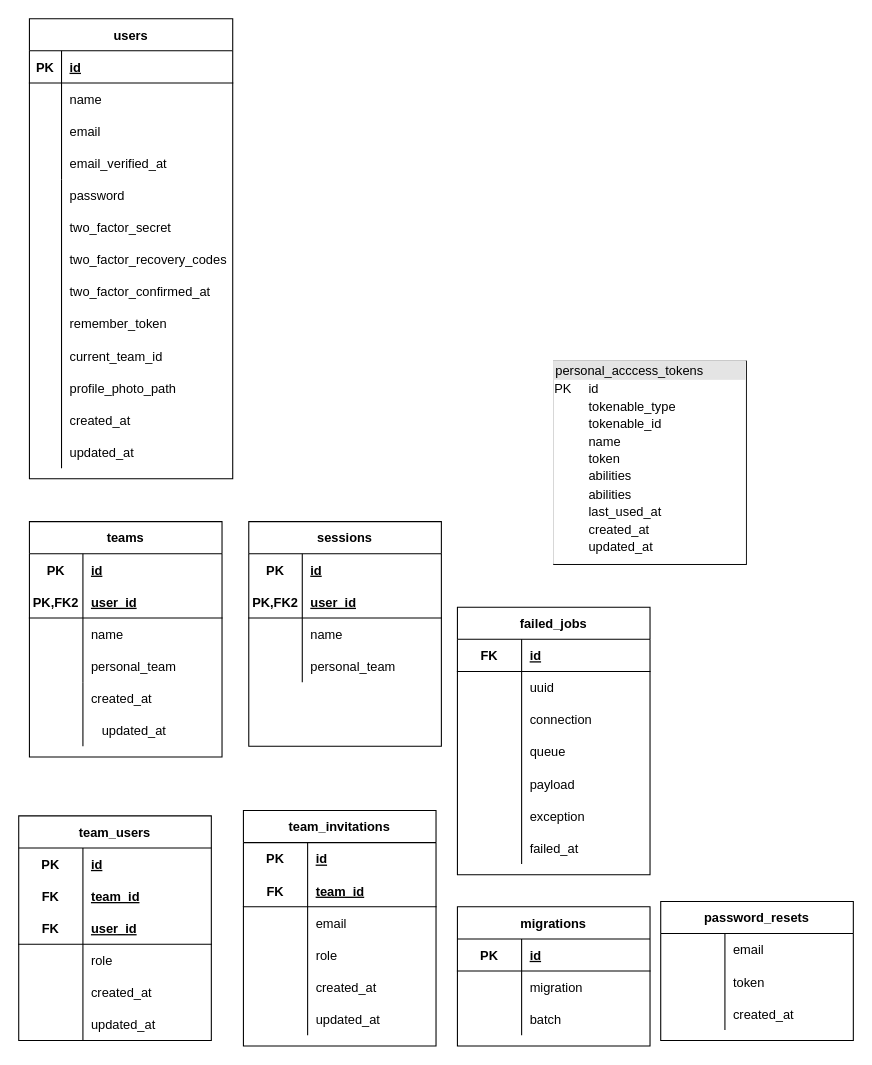
Above: BD_MEMLA.drawio in harlock/Diagramas (draw.io), before the change. Source tidied: cells renumbered, new cells numbered last; positions are measured from the earlier drawing's top-left corner, leaving out a move shared by most shapes. Both pictures are drawn from the tidied source at 107%, with x=0, y=0 at pixel (18, 18).
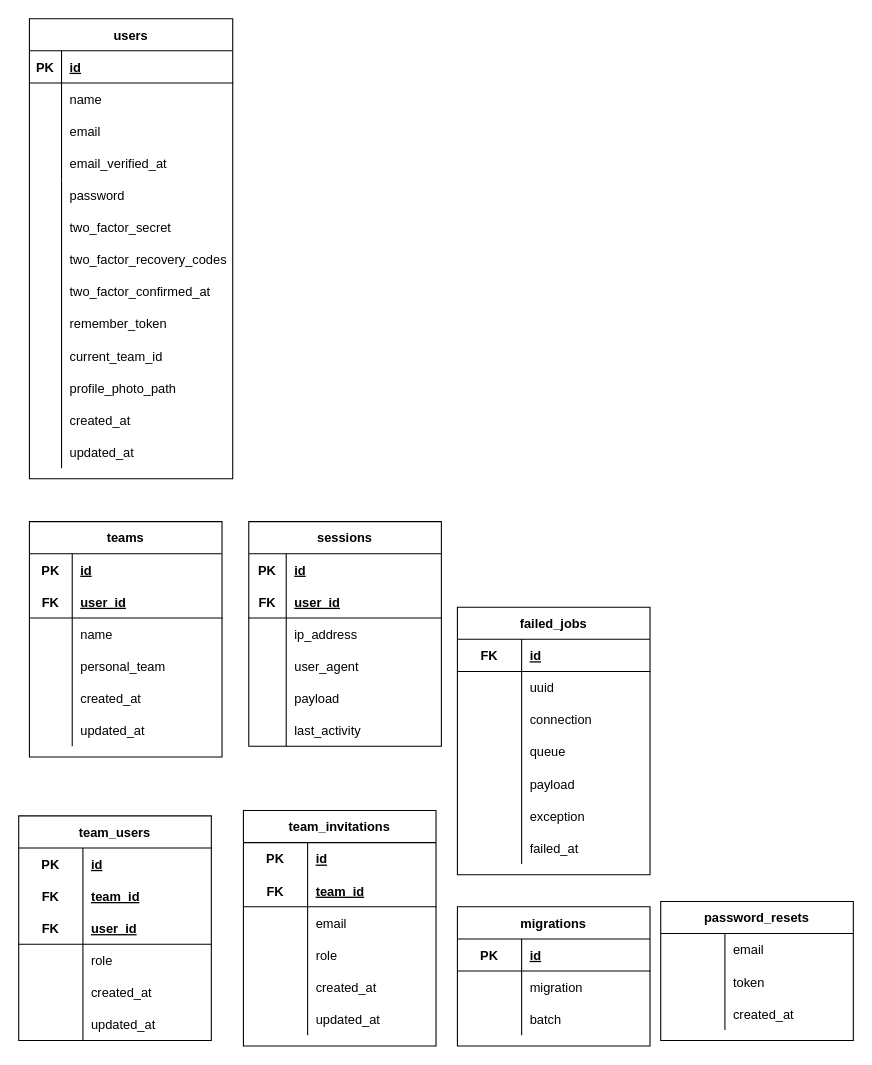
Above is the later version.

Commit message:
Actualizado por JD

The change refers to these unchanged cells:
```xml
<mxCell id="27" style="shape=tableRow;horizontal=0;startSize=0;swimlaneHead=0;swimlaneBody=0;fillColor=none;top=0;left=0;right=0;bottom=0;" parent="26" vertex="1">
  <mxGeometry y="30" width="180" height="30" as="geometry" />
</mxCell>
<mxCell id="30" style="shape=tableRow;horizontal=0;startSize=0;swimlaneHead=0;swimlaneBody=0;fillColor=none;top=0;left=0;right=0;bottom=1;" parent="26" vertex="1">
  <mxGeometry y="60" width="180" height="30" as="geometry" />
</mxCell>
<mxCell id="33" style="shape=tableRow;horizontal=0;startSize=0;swimlaneHead=0;swimlaneBody=0;fillColor=none;top=0;left=0;right=0;bottom=0;" parent="26" vertex="1">
  <mxGeometry y="90" width="180" height="30" as="geometry" />
</mxCell>
<mxCell id="36" style="shape=tableRow;horizontal=0;startSize=0;swimlaneHead=0;swimlaneBody=0;fillColor=none;top=0;left=0;right=0;bottom=0;" parent="26" vertex="1">
  <mxGeometry y="120" width="180" height="30" as="geometry" />
</mxCell>
<mxCell id="42" style="shape=tableRow;horizontal=0;startSize=0;swimlaneHead=0;swimlaneBody=0;fillColor=none;top=0;left=0;right=0;bottom=0;" parent="41" vertex="1">
  <mxGeometry y="30" width="180" height="30" as="geometry" />
</mxCell>
<mxCell id="45" style="shape=tableRow;horizontal=0;startSize=0;swimlaneHead=0;swimlaneBody=0;fillColor=none;top=0;left=0;right=0;bottom=1;" parent="41" vertex="1">
  <mxGeometry y="60" width="180" height="30" as="geometry" />
</mxCell>
<mxCell id="48" style="shape=tableRow;horizontal=0;startSize=0;swimlaneHead=0;swimlaneBody=0;fillColor=none;top=0;left=0;right=0;bottom=0;" parent="41" vertex="1">
  <mxGeometry y="90" width="180" height="30" as="geometry" />
</mxCell>
<mxCell id="51" style="shape=tableRow;horizontal=0;startSize=0;swimlaneHead=0;swimlaneBody=0;fillColor=none;top=0;left=0;right=0;bottom=0;" parent="41" vertex="1">
  <mxGeometry y="120" width="180" height="30" as="geometry" />
</mxCell>
```

What changed in the source:
```diff
@@
-    <mxCell id="2" value="&lt;div style=&quot;box-sizing:border-box;width:100%;background:#e4e4e4;padding:2px;&quot;&gt;&lt;span style=&quot;background-color: rgb(228, 228, 228);&quot;&gt;personal_acccess_tokens&lt;/span&gt;&lt;/div&gt;&lt;table style=&quot;width:100%;font-size:1em;&quot; cellspacing=&quot;0&quot;&gt;&lt;tbody&gt;&lt;tr&gt;&lt;td&gt;PK&lt;/td&gt;&lt;td&gt;id&lt;/td&gt;&lt;/tr&gt;&lt;tr&gt;&lt;td&gt;&lt;br&gt;&lt;/td&gt;&lt;td&gt;tokenable_type&lt;/td&gt;&lt;/tr&gt;&lt;tr&gt;&lt;td&gt;&lt;br&gt;&lt;/td&gt;&lt;td&gt;tokenable_id&lt;/td&gt;&lt;/tr&gt;&lt;tr&gt;&lt;td&gt;&lt;br&gt;&lt;/td&gt;&lt;td&gt;name&lt;br&gt;&lt;/td&gt;&lt;/tr&gt;&lt;tr&gt;&lt;td&gt;&lt;br&gt;&lt;/td&gt;&lt;td&gt;token&lt;br&gt;&lt;/td&gt;&lt;/tr&gt;&lt;tr&gt;&lt;td&gt;&lt;br&gt;&lt;/td&gt;&lt;td&gt;abilities&lt;br&gt;&lt;/td&gt;&lt;/tr&gt;&lt;tr&gt;&lt;td&gt;&lt;br&gt;&lt;/td&gt;&lt;td&gt;abilities&lt;br&gt;&lt;/td&gt;&lt;/tr&gt;&lt;tr&gt;&lt;td&gt;&lt;br&gt;&lt;/td&gt;&lt;td&gt;last_used_at&lt;br&gt;&lt;/td&gt;&lt;/tr&gt;&lt;tr&gt;&lt;td&gt;&lt;br&gt;&lt;/td&gt;&lt;td&gt;created_at&lt;br&gt;&lt;/td&gt;&lt;/tr&gt;&lt;tr&gt;&lt;td&gt;&lt;br&gt;&lt;/td&gt;&lt;td&gt;updated_at&lt;br&gt;&lt;/td&gt;&lt;/tr&gt;&lt;/tbody&gt;&lt;/table&gt;" style="verticalAlign=top;align=left;overflow=fill;html=1;labelBackgroundColor=default;fillStyle=auto;" parent="1" vertex="1">
-      <mxGeometry x="500" y="320" width="180" height="190" as="geometry" />
-    </mxCell>
@@
     <mxCell id="28" value="PK" style="shape=partialRectangle;fillColor=none;top=0;left=0;bottom=0;right=0;fontStyle=1;overflow=hidden;" parent="27" vertex="1">
-      <mxGeometry width="50" height="30" as="geometry" />
+      <mxGeometry width="40" height="30" as="geometry" />
     </mxCell>
     <mxCell id="29" value="id" style="shape=partialRectangle;fillColor=none;top=0;left=0;bottom=0;right=0;align=left;spacingLeft=6;fontStyle=5;overflow=hidden;" parent="27" vertex="1">
-      <mxGeometry x="50" width="130" height="30" as="geometry" />
+      <mxGeometry x="40" width="140" height="30" as="geometry" />
     </mxCell>
@@
-    <mxCell id="31" value="PK,FK2" style="shape=partialRectangle;fillColor=none;top=0;left=0;bottom=0;right=0;fontStyle=1;overflow=hidden;" parent="30" vertex="1">
-      <mxGeometry width="50" height="30" as="geometry" />
+    <mxCell id="31" value="FK" style="shape=partialRectangle;fillColor=none;top=0;left=0;bottom=0;right=0;fontStyle=1;overflow=hidden;" parent="30" vertex="1">
+      <mxGeometry width="40" height="30" as="geometry" />
     </mxCell>
     <mxCell id="32" value="user_id" style="shape=partialRectangle;fillColor=none;top=0;left=0;bottom=0;right=0;align=left;spacingLeft=6;fontStyle=5;overflow=hidden;" parent="30" vertex="1">
-      <mxGeometry x="50" width="130" height="30" as="geometry" />
+      <mxGeometry x="40" width="140" height="30" as="geometry" />
     </mxCell>
@@
     <mxCell id="34" style="shape=partialRectangle;fillColor=none;top=0;left=0;bottom=0;right=0;overflow=hidden;" parent="33" vertex="1">
-      <mxGeometry width="50" height="30" as="geometry" />
+      <mxGeometry width="40" height="30" as="geometry" />
     </mxCell>
     <mxCell id="35" value="name" style="shape=partialRectangle;fillColor=none;top=0;left=0;bottom=0;right=0;align=left;spacingLeft=6;overflow=hidden;" parent="33" vertex="1">
-      <mxGeometry x="50" width="130" height="30" as="geometry" />
+      <mxGeometry x="40" width="140" height="30" as="geometry" />
     </mxCell>
@@
     <mxCell id="37" style="shape=partialRectangle;fillColor=none;top=0;left=0;bottom=0;right=0;overflow=hidden;" parent="36" vertex="1">
-      <mxGeometry width="50" height="30" as="geometry" />
+      <mxGeometry width="40" height="30" as="geometry" />
     </mxCell>
     <mxCell id="38" value="personal_team" style="shape=partialRectangle;fillColor=none;top=0;left=0;bottom=0;right=0;align=left;spacingLeft=6;overflow=hidden;" parent="36" vertex="1">
-      <mxGeometry x="50" width="130" height="30" as="geometry" />
+      <mxGeometry x="40" width="140" height="30" as="geometry" />
     </mxCell>
     <mxCell id="39" value="created_at" style="shape=partialRectangle;fillColor=none;top=0;left=0;bottom=0;right=0;align=left;spacingLeft=6;overflow=hidden;" parent="1" vertex="1">
-      <mxGeometry x="60" y="620" width="130" height="30" as="geometry" />
+      <mxGeometry x="50" y="620" width="130" height="30" as="geometry" />
     </mxCell>
     <mxCell id="40" value="updated_at" style="shape=partialRectangle;fillColor=none;top=0;left=0;bottom=0;right=0;align=left;spacingLeft=6;overflow=hidden;" parent="1" vertex="1">
-      <mxGeometry x="70" y="650" width="130" height="30" as="geometry" />
+      <mxGeometry x="50" y="650" width="130" height="30" as="geometry" />
     </mxCell>
@@
     <mxCell id="43" value="PK" style="shape=partialRectangle;fillColor=none;top=0;left=0;bottom=0;right=0;fontStyle=1;overflow=hidden;" parent="42" vertex="1">
-      <mxGeometry width="50" height="30" as="geometry" />
+      <mxGeometry width="35" height="30" as="geometry" />
     </mxCell>
     <mxCell id="44" value="id" style="shape=partialRectangle;fillColor=none;top=0;left=0;bottom=0;right=0;align=left;spacingLeft=6;fontStyle=5;overflow=hidden;" parent="42" vertex="1">
-      <mxGeometry x="50" width="130" height="30" as="geometry" />
+      <mxGeometry x="35" width="145" height="30" as="geometry" />
     </mxCell>
@@
-    <mxCell id="46" value="PK,FK2" style="shape=partialRectangle;fillColor=none;top=0;left=0;bottom=0;right=0;fontStyle=1;overflow=hidden;" parent="45" vertex="1">
-      <mxGeometry width="50" height="30" as="geometry" />
+    <mxCell id="46" value="FK" style="shape=partialRectangle;fillColor=none;top=0;left=0;bottom=0;right=0;fontStyle=1;overflow=hidden;" parent="45" vertex="1">
+      <mxGeometry width="35" height="30" as="geometry" />
     </mxCell>
     <mxCell id="47" value="user_id" style="shape=partialRectangle;fillColor=none;top=0;left=0;bottom=0;right=0;align=left;spacingLeft=6;fontStyle=5;overflow=hidden;" parent="45" vertex="1">
-      <mxGeometry x="50" width="130" height="30" as="geometry" />
+      <mxGeometry x="35" width="145" height="30" as="geometry" />
     </mxCell>
@@
     <mxCell id="49" style="shape=partialRectangle;fillColor=none;top=0;left=0;bottom=0;right=0;overflow=hidden;" parent="48" vertex="1">
-      <mxGeometry width="50" height="30" as="geometry" />
+      <mxGeometry width="35" height="30" as="geometry" />
     </mxCell>
-    <mxCell id="50" value="name" style="shape=partialRectangle;fillColor=none;top=0;left=0;bottom=0;right=0;align=left;spacingLeft=6;overflow=hidden;" parent="48" vertex="1">
-      <mxGeometry x="50" width="130" height="30" as="geometry" />
+    <mxCell id="50" value="ip_address" style="shape=partialRectangle;fillColor=none;top=0;left=0;bottom=0;right=0;align=left;spacingLeft=6;overflow=hidden;" parent="48" vertex="1">
+      <mxGeometry x="35" width="145" height="30" as="geometry" />
     </mxCell>
@@
     <mxCell id="52" style="shape=partialRectangle;fillColor=none;top=0;left=0;bottom=0;right=0;overflow=hidden;" parent="51" vertex="1">
-      <mxGeometry width="50" height="30" as="geometry" />
+      <mxGeometry width="35" height="30" as="geometry" />
     </mxCell>
-    <mxCell id="53" value="personal_team" style="shape=partialRectangle;fillColor=none;top=0;left=0;bottom=0;right=0;align=left;spacingLeft=6;overflow=hidden;" parent="51" vertex="1">
-      <mxGeometry x="50" width="130" height="30" as="geometry" />
+    <mxCell id="53" value="user_agent" style="shape=partialRectangle;fillColor=none;top=0;left=0;bottom=0;right=0;align=left;spacingLeft=6;overflow=hidden;" parent="51" vertex="1">
+      <mxGeometry x="35" width="145" height="30" as="geometry" />
     </mxCell>
     <mxCell id="54" style="line;strokeWidth=1;dashed=0;labelPosition=right;align=left;verticalAlign=middle;spacingTop=0;spacingLeft=6;direction=south;" parent="1" vertex="1">
-      <mxGeometry x="50" y="620" width="20" height="60" as="geometry" />
+      <mxGeometry x="40" y="620" width="20" height="60" as="geometry" />
     </mxCell>
@@
+    <mxCell id="135" style="line;strokeWidth=1;dashed=0;labelPosition=right;align=left;verticalAlign=middle;spacingTop=0;spacingLeft=6;direction=south;" parent="1" vertex="1">
+      <mxGeometry x="235" y="620" width="30" height="60" as="geometry" />
+    </mxCell>
+    <mxCell id="136" value="payload" style="shape=partialRectangle;fillColor=none;top=0;left=0;bottom=0;right=0;align=left;spacingLeft=6;overflow=hidden;" parent="1" vertex="1">
+      <mxGeometry x="250" y="620" width="130" height="30" as="geometry" />
+    </mxCell>
+    <mxCell id="137" value="last_activity" style="shape=partialRectangle;fillColor=none;top=0;left=0;bottom=0;right=0;align=left;spacingLeft=6;overflow=hidden;" parent="1" vertex="1">
+      <mxGeometry x="250" y="650" width="130" height="30" as="geometry" />
+    </mxCell>
```
